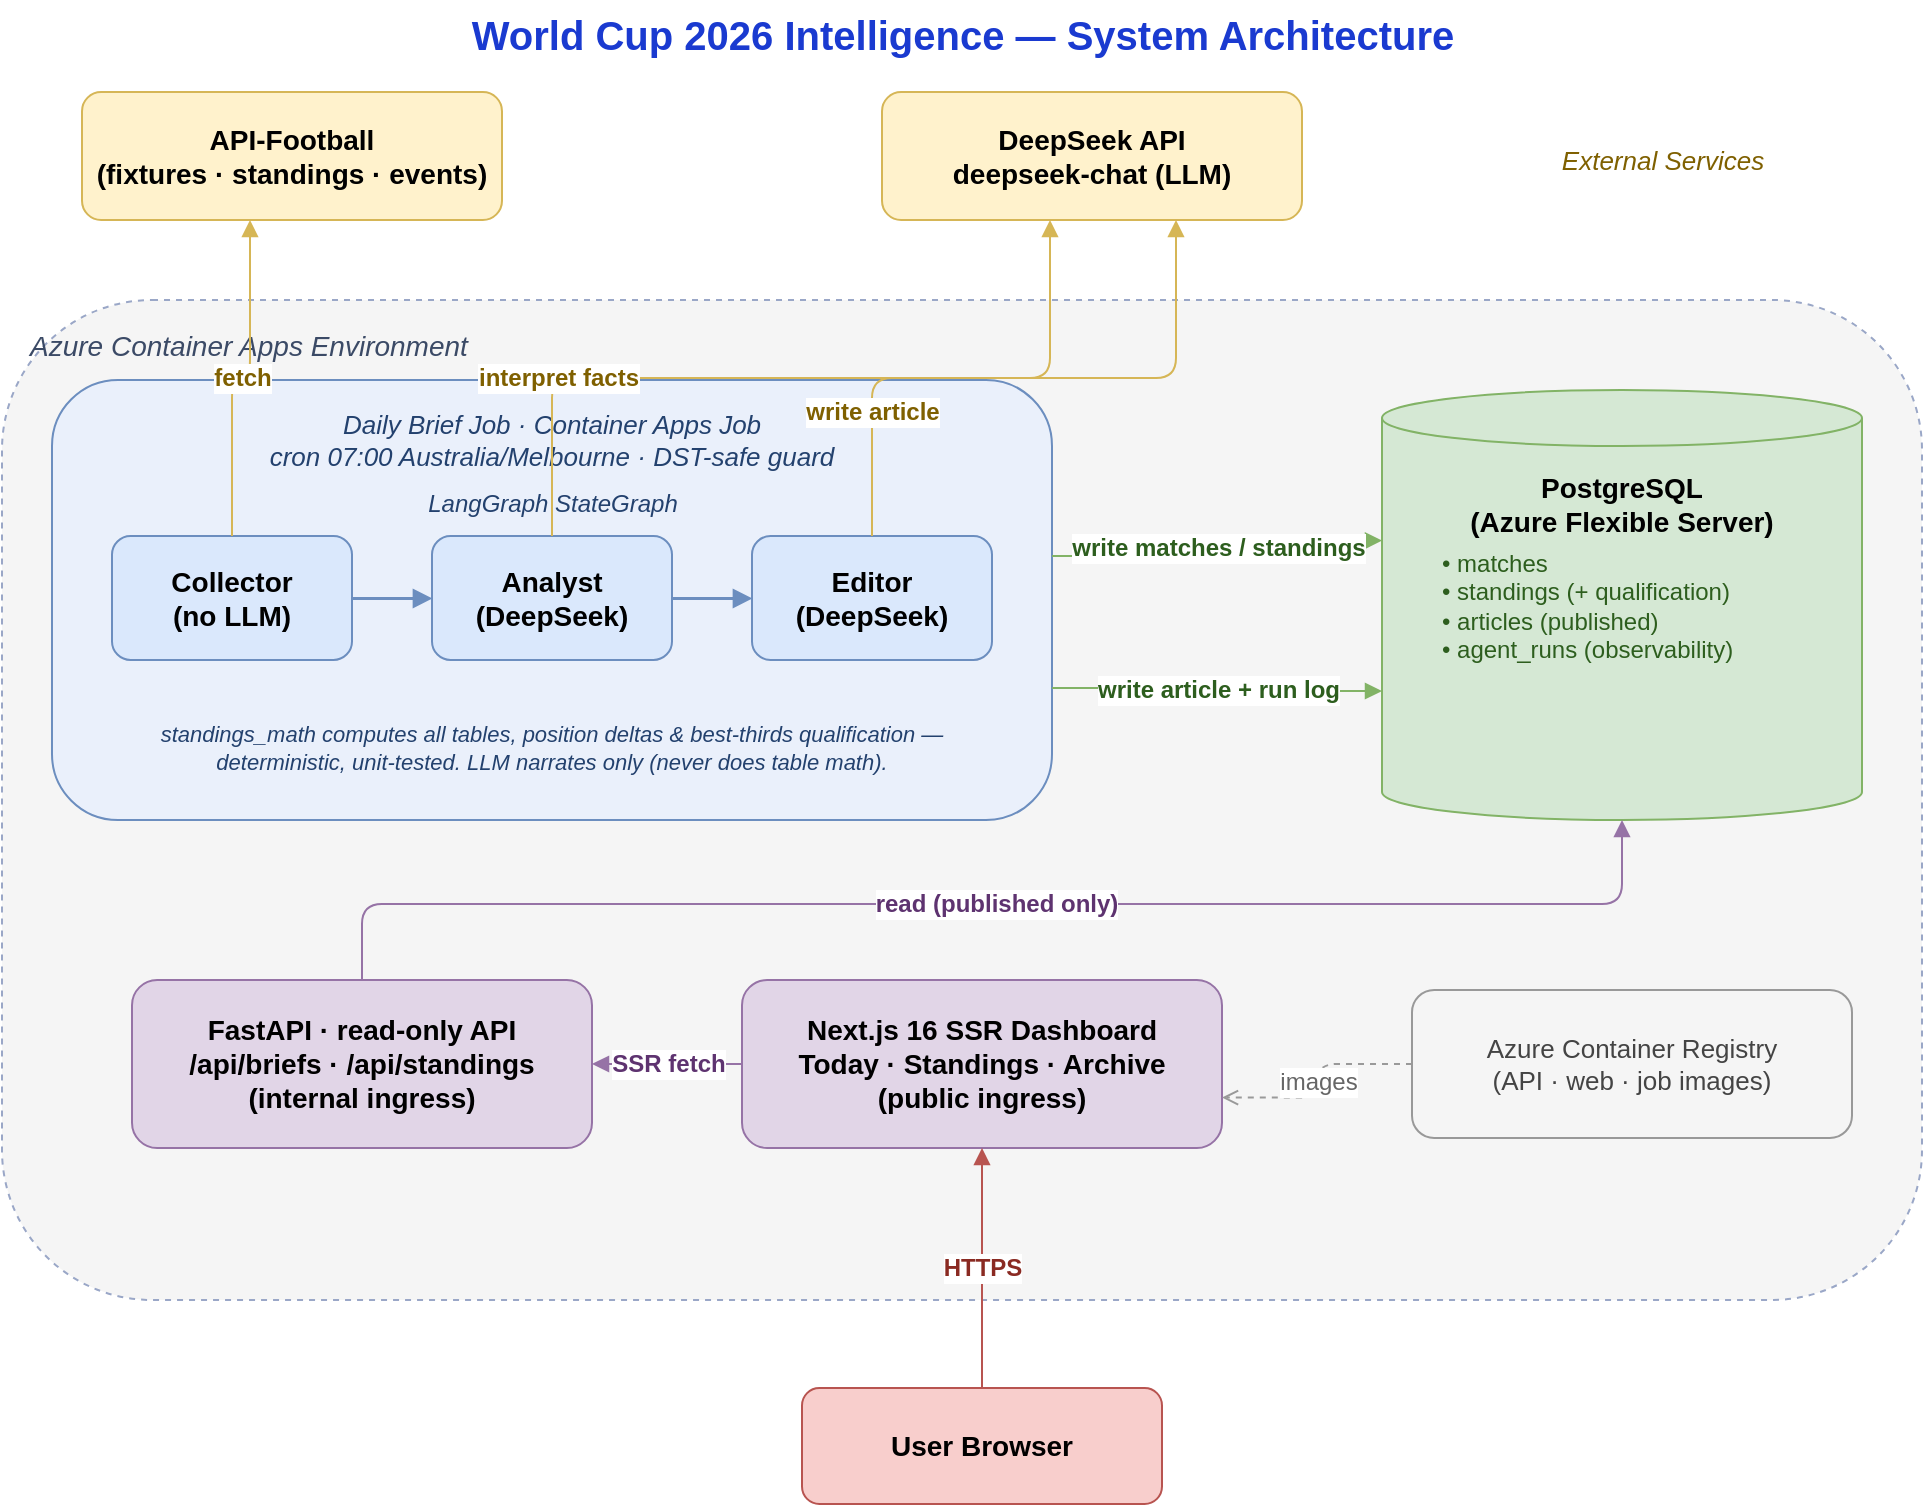
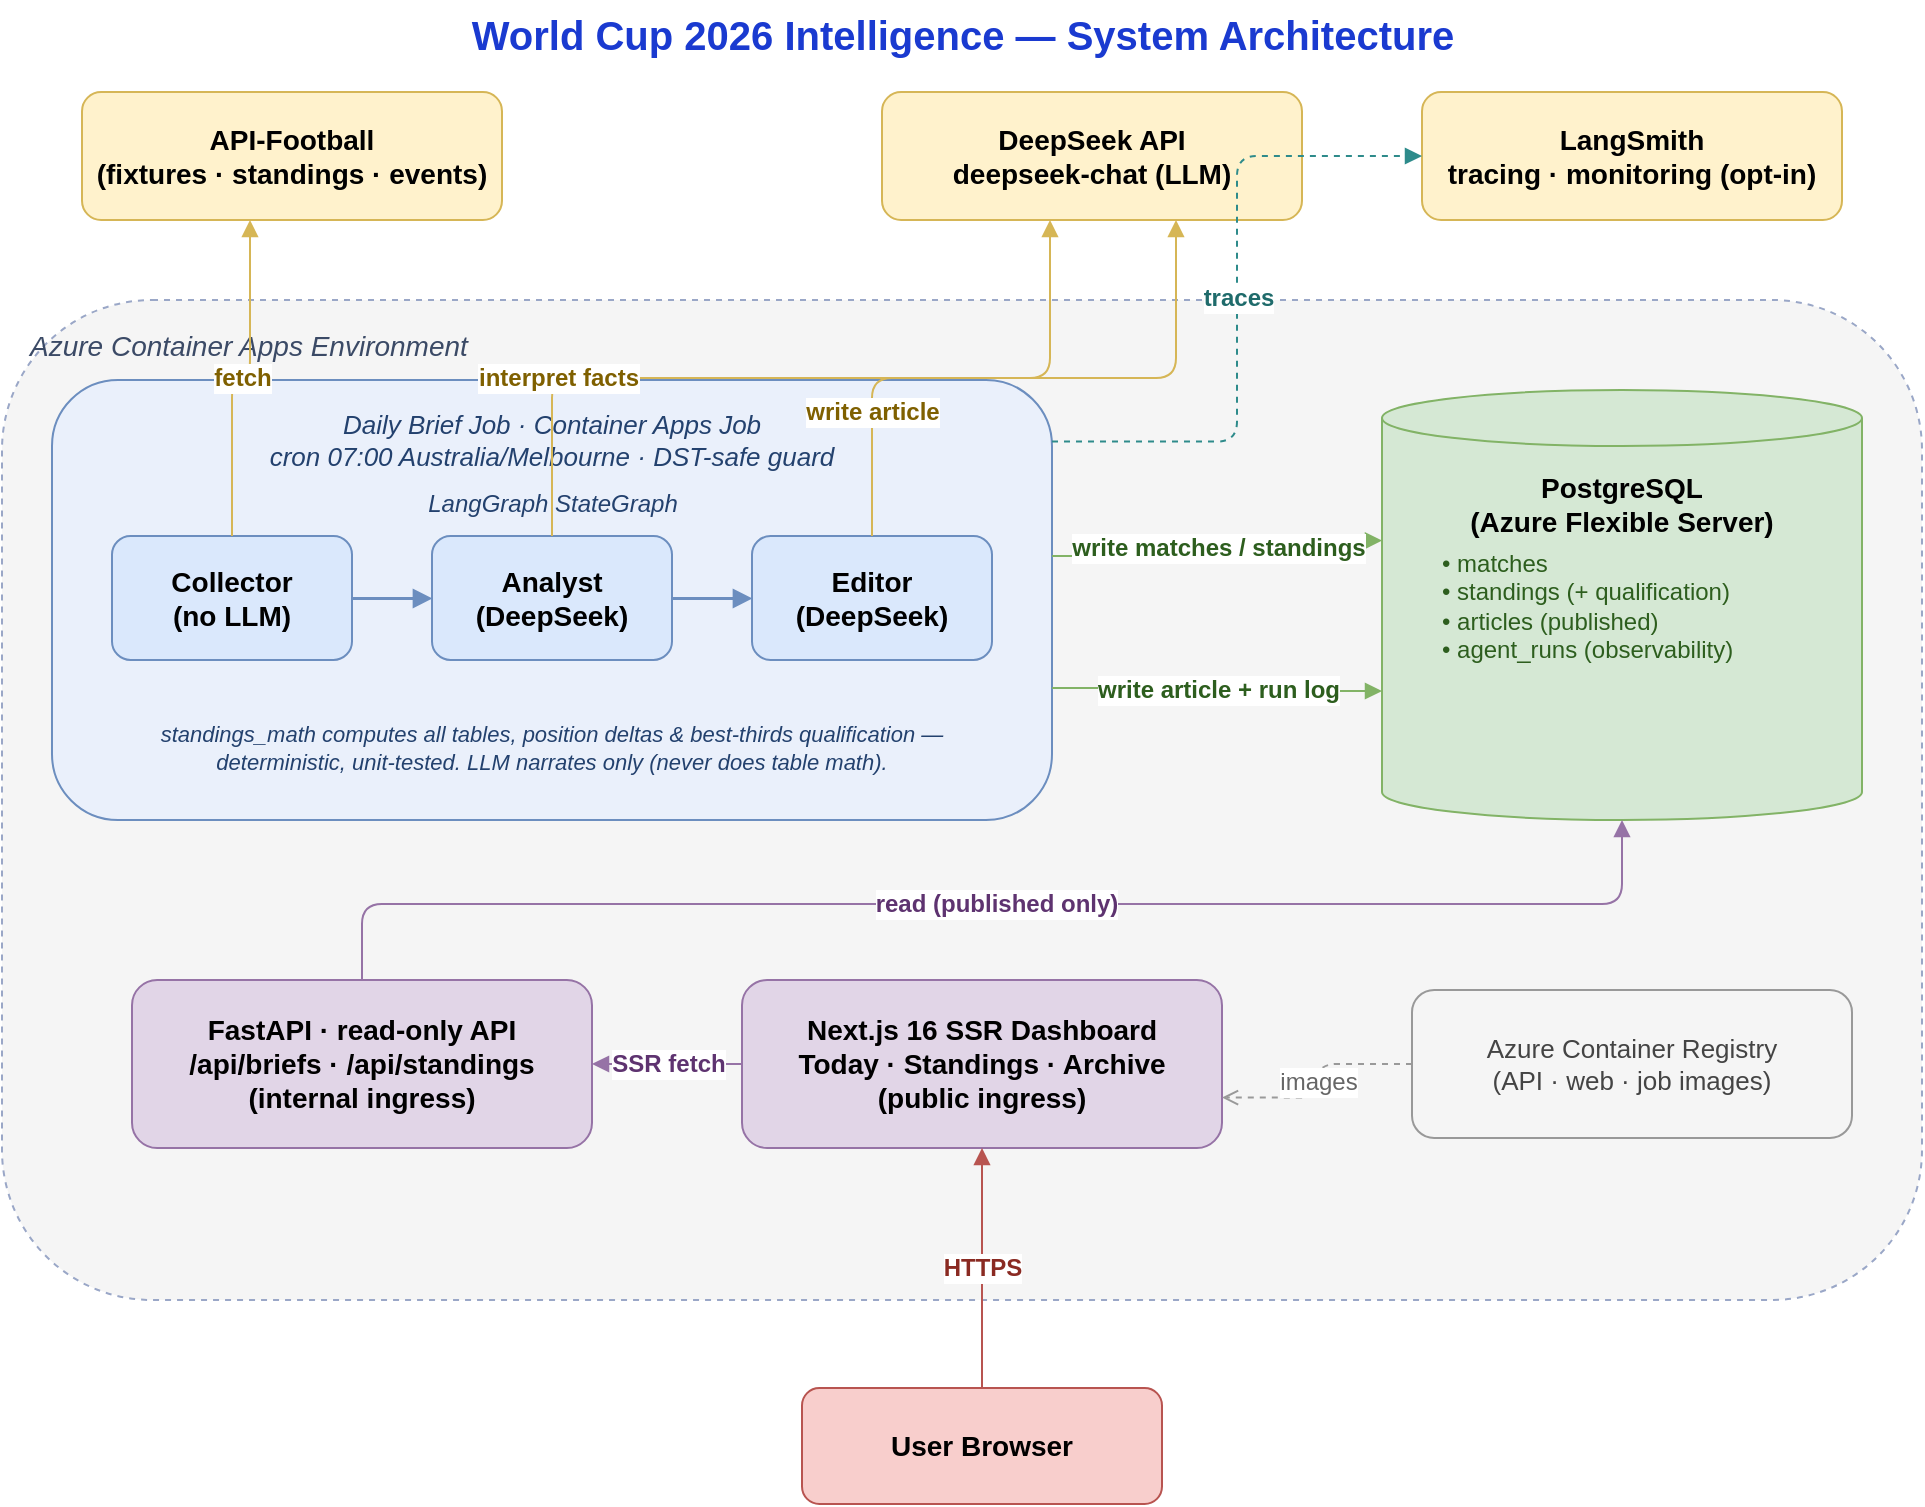
<mxfile host="app.diagrams.net" agent="claude-code" version="24.0.0">
  <diagram id="wc2026-arch" name="Architecture">
    <mxGraphModel dx="1000" dy="820" grid="1" gridSize="10" guides="1" tooltips="1" connect="1" arrows="1" fold="1" page="1" pageScale="1" pageWidth="1020" pageHeight="820" math="0" shadow="0">
      <root>
        <mxCell id="0" />
        <mxCell id="1" parent="0" />

        <!-- Title -->
        <mxCell id="title" value="World Cup 2026 Intelligence — System Architecture" style="text;html=1;align=center;verticalAlign=middle;fontSize=20;fontStyle=1;fontColor=#1A3AD0;" vertex="1" parent="1">
          <mxGeometry x="40" y="10" width="940" height="34" as="geometry" />
        </mxCell>

        <!-- External services -->
        <mxCell id="apifootball" value="API-Football&#10;(fixtures · standings · events)" style="rounded=1;whiteSpace=wrap;html=1;fillColor=#FFF2CC;strokeColor=#D6B656;fontStyle=1;fontSize=14;" vertex="1" parent="1">
          <mxGeometry x="70" y="56" width="210" height="64" as="geometry" />
        </mxCell>
        <mxCell id="deepseek" value="DeepSeek API&#10;deepseek-chat (LLM)" style="rounded=1;whiteSpace=wrap;html=1;fillColor=#FFF2CC;strokeColor=#D6B656;fontStyle=1;fontSize=14;" vertex="1" parent="1">
          <mxGeometry x="470" y="56" width="210" height="64" as="geometry" />
        </mxCell>
-         <mxCell id="extlabel" value="External Services" style="text;html=1;align=center;fontSize=13;fontColor=#7F6000;fontStyle=2;" vertex="1" parent="1">
-           <mxGeometry x="760" y="76" width="200" height="22" as="geometry" />
+         <mxCell id="langsmith" value="LangSmith&#10;tracing · monitoring (opt-in)" style="rounded=1;whiteSpace=wrap;html=1;fillColor=#FFF2CC;strokeColor=#D6B656;fontStyle=1;fontSize=14;" vertex="1" parent="1">
+           <mxGeometry x="740" y="56" width="210" height="64" as="geometry" />
        </mxCell>

        <!-- Azure Container Apps Environment container -->
        <mxCell id="azenv" value="Azure Container Apps Environment" style="rounded=1;whiteSpace=wrap;html=1;verticalAlign=top;align=left;spacingLeft=12;spacingTop=8;fillColor=#F5F5F5;strokeColor=#9AA7C7;dashed=1;fontColor=#3B4A66;fontStyle=2;fontSize=14;" vertex="1" parent="1">
          <mxGeometry x="30" y="160" width="960" height="500" as="geometry" />
        </mxCell>

        <!-- Pipeline Job box -->
        <mxCell id="jobbox" value="Daily Brief Job · Container Apps Job&#10;cron 07:00 Australia/Melbourne · DST-safe guard" style="rounded=1;whiteSpace=wrap;html=1;verticalAlign=top;align=center;spacingTop=8;fillColor=#EAF0FB;strokeColor=#6C8EBF;fontColor=#23416E;fontStyle=2;fontSize=13;" vertex="1" parent="1">
          <mxGeometry x="55" y="200" width="500" height="220" as="geometry" />
        </mxCell>
        <mxCell id="graphlabel" value="LangGraph StateGraph" style="text;html=1;align=center;fontSize=12;fontColor=#23416E;fontStyle=2;" vertex="1" parent="1">
          <mxGeometry x="55" y="248" width="500" height="18" as="geometry" />
        </mxCell>
        <mxCell id="collector" value="Collector&#10;(no LLM)" style="rounded=1;whiteSpace=wrap;html=1;fillColor=#DAE8FC;strokeColor=#6C8EBF;fontStyle=1;fontSize=14;" vertex="1" parent="1">
          <mxGeometry x="85" y="278" width="120" height="62" as="geometry" />
        </mxCell>
        <mxCell id="analyst" value="Analyst&#10;(DeepSeek)" style="rounded=1;whiteSpace=wrap;html=1;fillColor=#DAE8FC;strokeColor=#6C8EBF;fontStyle=1;fontSize=14;" vertex="1" parent="1">
          <mxGeometry x="245" y="278" width="120" height="62" as="geometry" />
        </mxCell>
        <mxCell id="editor" value="Editor&#10;(DeepSeek)" style="rounded=1;whiteSpace=wrap;html=1;fillColor=#DAE8FC;strokeColor=#6C8EBF;fontStyle=1;fontSize=14;" vertex="1" parent="1">
          <mxGeometry x="405" y="278" width="120" height="62" as="geometry" />
        </mxCell>
        <mxCell id="mathnote" value="standings_math computes all tables, position deltas &amp; best-thirds qualification — deterministic, unit-tested. LLM narrates only (never does table math)." style="text;html=1;whiteSpace=wrap;align=center;verticalAlign=middle;fontSize=11;fontColor=#23416E;fontStyle=2;" vertex="1" parent="1">
          <mxGeometry x="75" y="356" width="460" height="56" as="geometry" />
        </mxCell>

        <!-- PostgreSQL -->
        <mxCell id="postgres" value="PostgreSQL&#10;(Azure Flexible Server)" style="shape=cylinder3;whiteSpace=wrap;html=1;boundedLbl=1;backgroundOutline=1;size=14;fillColor=#D5E8D4;strokeColor=#82B366;verticalAlign=top;fontStyle=1;fontSize=14;spacingTop=6;" vertex="1" parent="1">
          <mxGeometry x="720" y="205" width="240" height="215" as="geometry" />
        </mxCell>
        <mxCell id="pgtables" value="• matches&#10;• standings (+ qualification)&#10;• articles (published)&#10;• agent_runs (observability)" style="text;html=1;whiteSpace=wrap;align=left;spacingLeft=12;fontSize=12;fontColor=#2D5E1E;" vertex="1" parent="1">
          <mxGeometry x="736" y="278" width="214" height="120" as="geometry" />
        </mxCell>

        <!-- Serving tier -->
        <mxCell id="api" value="FastAPI · read-only API&#10;/api/briefs · /api/standings&#10;(internal ingress)" style="rounded=1;whiteSpace=wrap;html=1;fillColor=#E1D5E7;strokeColor=#9673A6;fontStyle=1;fontSize=14;" vertex="1" parent="1">
          <mxGeometry x="95" y="500" width="230" height="84" as="geometry" />
        </mxCell>
        <mxCell id="web" value="Next.js 16 SSR Dashboard&#10;Today · Standings · Archive&#10;(public ingress)" style="rounded=1;whiteSpace=wrap;html=1;fillColor=#E1D5E7;strokeColor=#9673A6;fontStyle=1;fontSize=14;" vertex="1" parent="1">
          <mxGeometry x="400" y="500" width="240" height="84" as="geometry" />
        </mxCell>
        <mxCell id="acr" value="Azure Container Registry&#10;(API · web · job images)" style="rounded=1;whiteSpace=wrap;html=1;fillColor=#F5F5F5;strokeColor=#999999;fontColor=#444444;fontSize=13;" vertex="1" parent="1">
          <mxGeometry x="735" y="505" width="220" height="74" as="geometry" />
        </mxCell>

        <!-- Client -->
        <mxCell id="browser" value="User Browser" style="rounded=1;whiteSpace=wrap;html=1;fillColor=#F8CECC;strokeColor=#B85450;fontStyle=1;fontSize=14;" vertex="1" parent="1">
          <mxGeometry x="430" y="704" width="180" height="58" as="geometry" />
        </mxCell>

        <!-- Edges: pipeline -->
        <mxCell id="e_c_a" style="edgeStyle=orthogonalEdgeStyle;rounded=1;html=1;endArrow=block;strokeColor=#6C8EBF;strokeWidth=1.5;" edge="1" parent="1" source="collector" target="analyst">
          <mxGeometry relative="1" as="geometry" />
        </mxCell>
        <mxCell id="e_a_e" style="edgeStyle=orthogonalEdgeStyle;rounded=1;html=1;endArrow=block;strokeColor=#6C8EBF;strokeWidth=1.5;" edge="1" parent="1" source="analyst" target="editor">
          <mxGeometry relative="1" as="geometry" />
        </mxCell>

        <!-- Edges: external calls -->
        <mxCell id="e_col_af" value="fetch" style="edgeStyle=orthogonalEdgeStyle;rounded=1;html=1;endArrow=block;strokeColor=#D6B656;fontColor=#7F6000;fontSize=12;fontStyle=1;labelBackgroundColor=#FFFFFF;exitX=0.5;exitY=0;exitDx=0;exitDy=0;entryX=0.4;entryY=1;entryDx=0;entryDy=0;" edge="1" parent="1" source="collector" target="apifootball">
          <mxGeometry relative="1" as="geometry" />
        </mxCell>
        <mxCell id="e_an_ds" value="interpret facts" style="edgeStyle=orthogonalEdgeStyle;rounded=1;html=1;endArrow=block;strokeColor=#D6B656;fontColor=#7F6000;fontSize=12;fontStyle=1;labelBackgroundColor=#FFFFFF;exitX=0.5;exitY=0;exitDx=0;exitDy=0;entryX=0.4;entryY=1;entryDx=0;entryDy=0;" edge="1" parent="1" source="analyst" target="deepseek">
          <mxGeometry relative="1" x="-0.6" as="geometry">
            <mxPoint as="offset" />
          </mxGeometry>
        </mxCell>
        <mxCell id="e_ed_ds" value="write article" style="edgeStyle=orthogonalEdgeStyle;rounded=1;html=1;endArrow=block;strokeColor=#D6B656;fontColor=#7F6000;fontSize=12;fontStyle=1;labelBackgroundColor=#FFFFFF;exitX=0.5;exitY=0;exitDx=0;exitDy=0;entryX=0.7;entryY=1;entryDx=0;entryDy=0;" edge="1" parent="1" source="editor" target="deepseek">
          <mxGeometry relative="1" x="-0.6" as="geometry">
            <mxPoint as="offset" />
          </mxGeometry>
        </mxCell>

        <!-- Edges: writes to DB -->
        <mxCell id="e_col_pg" value="write matches / standings" style="edgeStyle=orthogonalEdgeStyle;rounded=1;html=1;endArrow=block;strokeColor=#82B366;fontColor=#2D5E1E;fontSize=12;fontStyle=1;labelBackgroundColor=#FFFFFF;exitX=1;exitY=0.4;exitDx=0;exitDy=0;entryX=0;entryY=0.35;entryDx=0;entryDy=0;" edge="1" parent="1" source="jobbox" target="postgres">
          <mxGeometry relative="1" as="geometry" />
        </mxCell>
        <mxCell id="e_ed_pg" value="write article + run log" style="edgeStyle=orthogonalEdgeStyle;rounded=1;html=1;endArrow=block;strokeColor=#82B366;fontColor=#2D5E1E;fontSize=12;fontStyle=1;labelBackgroundColor=#FFFFFF;exitX=1;exitY=0.7;exitDx=0;exitDy=0;entryX=0;entryY=0.7;entryDx=0;entryDy=0;" edge="1" parent="1" source="jobbox" target="postgres">
          <mxGeometry relative="1" as="geometry" />
        </mxCell>

        <!-- Edges: serving -->
        <mxCell id="e_api_pg" value="read (published only)" style="edgeStyle=orthogonalEdgeStyle;rounded=1;html=1;endArrow=block;strokeColor=#9673A6;fontColor=#5E3370;fontSize=12;fontStyle=1;labelBackgroundColor=#FFFFFF;exitX=0.5;exitY=0;exitDx=0;exitDy=0;entryX=0.5;entryY=1;entryDx=0;entryDy=0;" edge="1" parent="1" source="api" target="postgres">
          <mxGeometry relative="1" as="geometry">
            <Array as="points">
              <mxPoint x="210" y="462" />
              <mxPoint x="840" y="462" />
            </Array>
          </mxGeometry>
        </mxCell>
        <mxCell id="e_web_api" value="SSR fetch" style="edgeStyle=orthogonalEdgeStyle;rounded=1;html=1;endArrow=block;strokeColor=#9673A6;fontColor=#5E3370;fontSize=12;fontStyle=1;labelBackgroundColor=#FFFFFF;exitX=0;exitY=0.5;exitDx=0;exitDy=0;entryX=1;entryY=0.5;entryDx=0;entryDy=0;" edge="1" parent="1" source="web" target="api">
          <mxGeometry relative="1" as="geometry" />
        </mxCell>
        <mxCell id="e_br_web" value="HTTPS" style="edgeStyle=orthogonalEdgeStyle;rounded=1;html=1;endArrow=block;strokeColor=#B85450;fontColor=#8A2A22;fontSize=12;fontStyle=1;labelBackgroundColor=#FFFFFF;exitX=0.5;exitY=0;exitDx=0;exitDy=0;entryX=0.5;entryY=1;entryDx=0;entryDy=0;" edge="1" parent="1" source="browser" target="web">
          <mxGeometry relative="1" as="geometry" />
        </mxCell>

+         <!-- Edge: pipeline traces to LangSmith (opt-in) -->
+         <mxCell id="e_pipe_ls" value="traces" style="edgeStyle=orthogonalEdgeStyle;rounded=1;html=1;endArrow=block;dashed=1;strokeColor=#2E8B8B;fontColor=#1F6B6B;fontSize=12;fontStyle=1;labelBackgroundColor=#FFFFFF;exitX=1;exitY=0.14;exitDx=0;exitDy=0;entryX=0;entryY=0.5;entryDx=0;entryDy=0;" edge="1" parent="1" source="jobbox" target="langsmith">
+           <mxGeometry relative="1" as="geometry" />
+         </mxCell>
+ 
        <!-- Edge: ACR images -->
        <mxCell id="e_acr" value="images" style="edgeStyle=orthogonalEdgeStyle;rounded=1;html=1;endArrow=open;dashed=1;strokeColor=#999999;fontColor=#666666;fontSize=12;labelBackgroundColor=#FFFFFF;exitX=0;exitY=0.5;exitDx=0;exitDy=0;entryX=1;entryY=0.7;entryDx=0;entryDy=0;" edge="1" parent="1" source="acr" target="web">
          <mxGeometry relative="1" as="geometry" />
        </mxCell>
      </root>
    </mxGraphModel>
  </diagram>
</mxfile>
